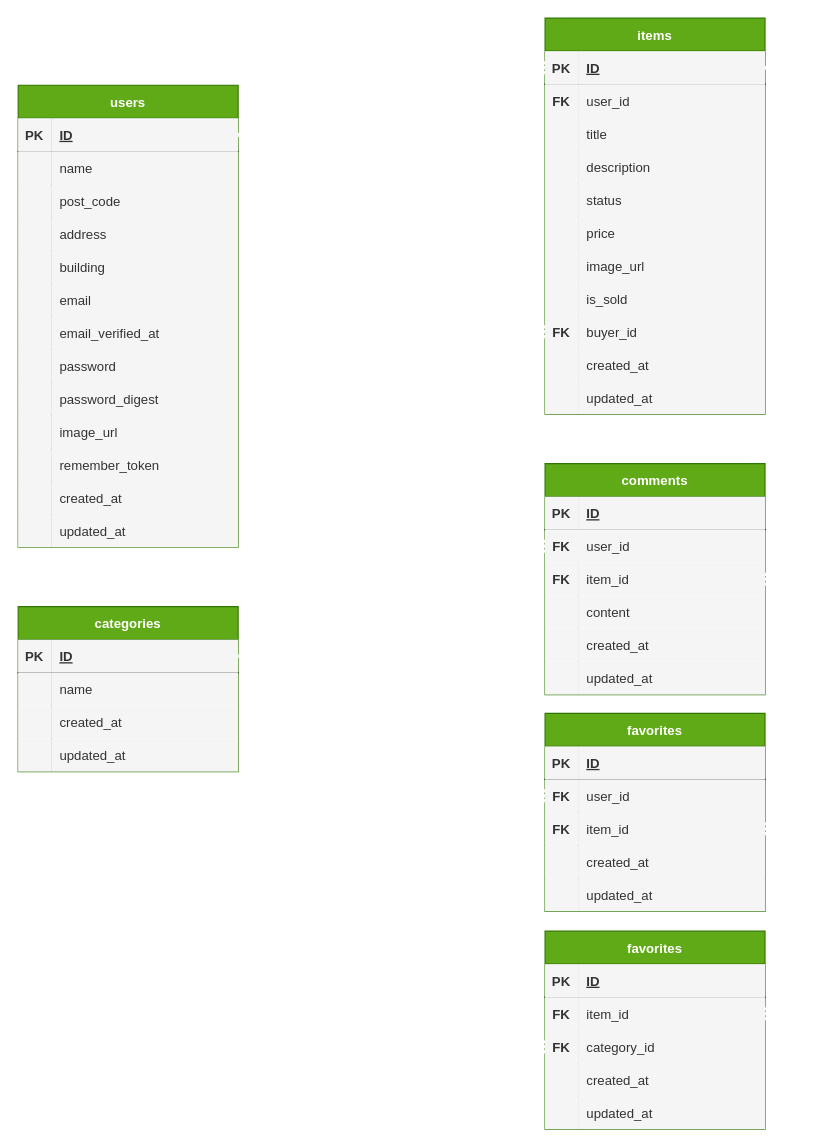
The draw.io diagram docs/diagrams/flea-market.dio in teruma-nanami/flea-market, before the edit. Source tidied: cells renumbered, new cells numbered last; positions are measured from the earlier drawing's top-left corner, leaving out a move shared by most shapes. Both pictures are drawn from the tidied source at 110%, with x=0, y=0 at pixel (18, 18).
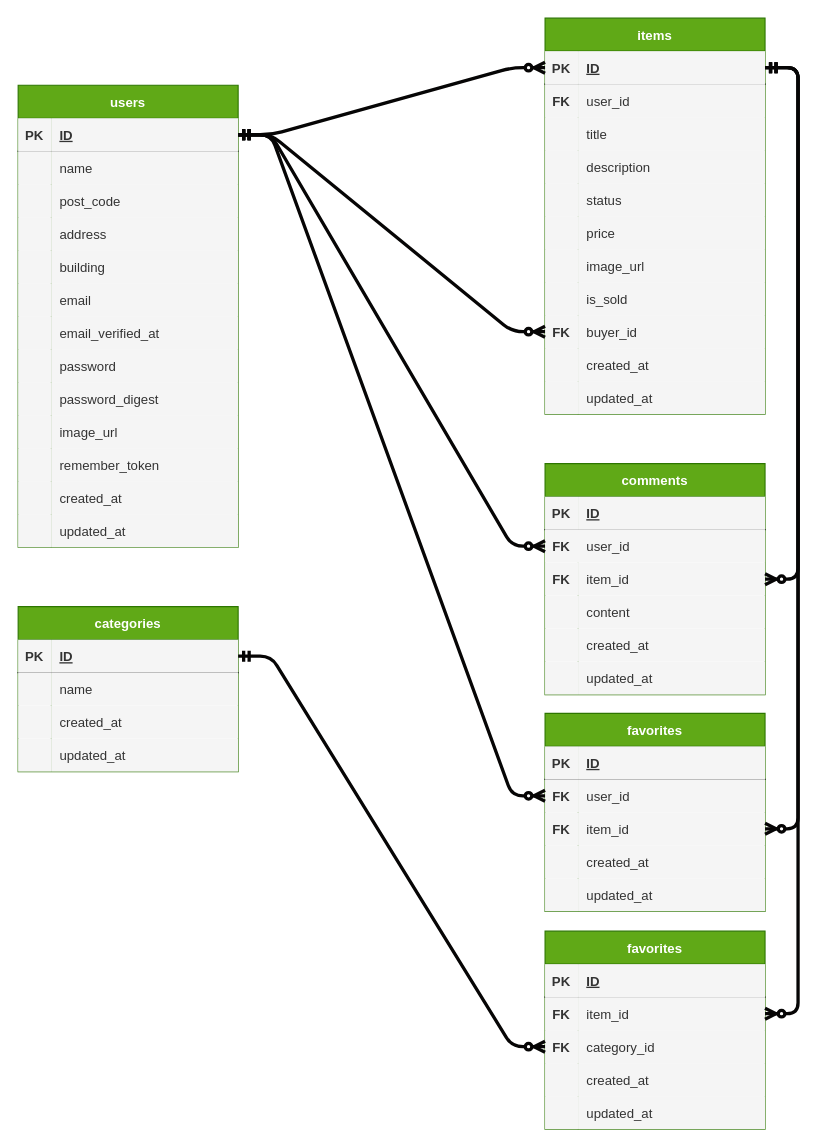
The same diagram, later.

Unchanged cells that the change refers to:
```xml
<mxCell id="3" style="shape=tableRow;horizontal=0;startSize=0;swimlaneHead=0;swimlaneBody=0;fillColor=none;points=[[0,0.5],[1,0.5]];portConstraint=eastwest;top=0;left=0;right=0;bottom=1;" parent="2" vertex="1">
  <mxGeometry y="30" width="200" height="30" as="geometry" />
</mxCell>
<mxCell id="43" style="shape=tableRow;horizontal=0;startSize=0;swimlaneHead=0;swimlaneBody=0;fillColor=none;points=[[0,0.5],[1,0.5]];portConstraint=eastwest;top=0;left=0;right=0;bottom=1;" parent="42" vertex="1">
  <mxGeometry y="30" width="200" height="30" as="geometry" />
</mxCell>
<mxCell id="67" style="shape=tableRow;horizontal=0;startSize=0;swimlaneHead=0;swimlaneBody=0;fillColor=none;points=[[0,0.5],[1,0.5]];portConstraint=eastwest;top=0;left=0;right=0;bottom=0;" parent="42" vertex="1">
  <mxGeometry y="270" width="200" height="30" as="geometry" />
</mxCell>
<mxCell id="80" style="shape=tableRow;horizontal=0;startSize=0;swimlaneHead=0;swimlaneBody=0;fillColor=default;points=[[0,0.5],[1,0.5]];portConstraint=eastwest;top=0;left=0;right=0;bottom=0;" parent="76" vertex="1">
  <mxGeometry y="60" width="200" height="30" as="geometry" />
</mxCell>
<mxCell id="83" style="shape=tableRow;horizontal=0;startSize=0;swimlaneHead=0;swimlaneBody=0;fillColor=none;points=[[0,0.5],[1,0.5]];portConstraint=eastwest;top=0;left=0;right=0;bottom=0;" parent="76" vertex="1">
  <mxGeometry y="90" width="200" height="30" as="geometry" />
</mxCell>
<mxCell id="96" style="shape=tableRow;horizontal=0;startSize=0;swimlaneHead=0;swimlaneBody=0;fillColor=none;points=[[0,0.5],[1,0.5]];portConstraint=eastwest;top=0;left=0;right=0;bottom=1;" parent="95" vertex="1">
  <mxGeometry y="30" width="200" height="30" as="geometry" />
</mxCell>
<mxCell id="112" style="shape=tableRow;horizontal=0;startSize=0;swimlaneHead=0;swimlaneBody=0;fillColor=none;points=[[0,0.5],[1,0.5]];portConstraint=eastwest;top=0;left=0;right=0;bottom=0;" parent="108" vertex="1">
  <mxGeometry y="60" width="200" height="30" as="geometry" />
</mxCell>
<mxCell id="115" style="shape=tableRow;horizontal=0;startSize=0;swimlaneHead=0;swimlaneBody=0;fillColor=none;points=[[0,0.5],[1,0.5]];portConstraint=eastwest;top=0;left=0;right=0;bottom=0;" parent="108" vertex="1">
  <mxGeometry y="90" width="200" height="30" as="geometry" />
</mxCell>
<mxCell id="134" style="shape=tableRow;horizontal=0;startSize=0;swimlaneHead=0;swimlaneBody=0;fillColor=none;points=[[0,0.5],[1,0.5]];portConstraint=eastwest;top=0;left=0;right=0;bottom=0;" parent="130" vertex="1">
  <mxGeometry y="60" width="200" height="30" as="geometry" />
</mxCell>
<mxCell id="137" style="shape=tableRow;horizontal=0;startSize=0;swimlaneHead=0;swimlaneBody=0;fillColor=none;points=[[0,0.5],[1,0.5]];portConstraint=eastwest;top=0;left=0;right=0;bottom=0;" parent="130" vertex="1">
  <mxGeometry y="90" width="200" height="30" as="geometry" />
</mxCell>
```

Change to the diagram source:
```diff
@@
-    <mxCell id="124" style="edgeStyle=entityRelationEdgeStyle;fontSize=12;html=1;endArrow=ERzeroToMany;startArrow=ERmandOne;exitX=1;exitY=0.5;exitDx=0;exitDy=0;strokeWidth=3;strokeColor=#FFFFFF;" parent="1" edge="1" source="3" target="67">
+    <mxCell id="124" style="edgeStyle=entityRelationEdgeStyle;fontSize=12;html=1;endArrow=ERzeroToMany;startArrow=ERmandOne;exitX=1;exitY=0.5;exitDx=0;exitDy=0;strokeWidth=3;strokeColor=#060505;" parent="1" edge="1" source="3" target="67">
       <mxGeometry relative="1" as="geometry" />
     </mxCell>
-    <mxCell id="125" style="edgeStyle=entityRelationEdgeStyle;fontSize=12;html=1;endArrow=ERzeroToMany;startArrow=ERmandOne;exitX=1;exitY=0.5;exitDx=0;exitDy=0;entryX=0;entryY=0.5;entryDx=0;entryDy=0;strokeWidth=3;strokeColor=#FFFFFF;" parent="1" edge="1" source="3" target="80">
+    <mxCell id="125" style="edgeStyle=entityRelationEdgeStyle;fontSize=12;html=1;endArrow=ERzeroToMany;startArrow=ERmandOne;exitX=1;exitY=0.5;exitDx=0;exitDy=0;entryX=0;entryY=0.5;entryDx=0;entryDy=0;strokeWidth=3;strokeColor=#060505;" parent="1" edge="1" source="3" target="80">
       <mxGeometry relative="1" as="geometry" />
     </mxCell>
-    <mxCell id="126" style="edgeStyle=entityRelationEdgeStyle;fontSize=12;html=1;endArrow=ERzeroToMany;startArrow=ERmandOne;exitX=1;exitY=0.5;exitDx=0;exitDy=0;strokeWidth=3;strokeColor=#FFFFFF;" parent="1" edge="1" source="43" target="115">
+    <mxCell id="126" style="edgeStyle=entityRelationEdgeStyle;fontSize=12;html=1;endArrow=ERzeroToMany;startArrow=ERmandOne;exitX=1;exitY=0.5;exitDx=0;exitDy=0;strokeWidth=3;strokeColor=#060505;" parent="1" edge="1" source="43" target="115">
       <mxGeometry relative="1" as="geometry" />
     </mxCell>
-    <mxCell id="127" style="edgeStyle=entityRelationEdgeStyle;fontSize=12;html=1;endArrow=ERzeroToMany;startArrow=ERmandOne;exitX=1;exitY=0.5;exitDx=0;exitDy=0;strokeWidth=3;strokeColor=#FFFFFF;" parent="1" edge="1" source="43" target="83">
+    <mxCell id="127" style="edgeStyle=entityRelationEdgeStyle;fontSize=12;html=1;endArrow=ERzeroToMany;startArrow=ERmandOne;exitX=1;exitY=0.5;exitDx=0;exitDy=0;strokeWidth=3;strokeColor=#060505;" parent="1" edge="1" source="43" target="83">
       <mxGeometry relative="1" as="geometry" />
     </mxCell>
-    <mxCell id="128" style="edgeStyle=entityRelationEdgeStyle;fontSize=12;html=1;endArrow=ERzeroToMany;startArrow=ERmandOne;entryX=0;entryY=0.5;entryDx=0;entryDy=0;exitX=1;exitY=0.5;exitDx=0;exitDy=0;strokeWidth=3;strokeColor=#FFFFFF;" parent="1" edge="1" source="3" target="43">
+    <mxCell id="128" style="edgeStyle=entityRelationEdgeStyle;fontSize=12;html=1;endArrow=ERzeroToMany;startArrow=ERmandOne;entryX=0;entryY=0.5;entryDx=0;entryDy=0;exitX=1;exitY=0.5;exitDx=0;exitDy=0;strokeWidth=3;strokeColor=#060505;" parent="1" edge="1" source="3" target="43">
       <mxGeometry relative="1" as="geometry" />
     </mxCell>
-    <mxCell id="129" style="edgeStyle=entityRelationEdgeStyle;fontSize=12;html=1;endArrow=ERzeroToMany;startArrow=ERmandOne;exitX=1;exitY=0.5;exitDx=0;exitDy=0;entryX=0;entryY=0.5;entryDx=0;entryDy=0;strokeWidth=3;strokeColor=#FFFFFF;" parent="1" edge="1" source="3" target="112">
+    <mxCell id="129" style="edgeStyle=entityRelationEdgeStyle;fontSize=12;html=1;endArrow=ERzeroToMany;startArrow=ERmandOne;exitX=1;exitY=0.5;exitDx=0;exitDy=0;entryX=0;entryY=0.5;entryDx=0;entryDy=0;strokeWidth=3;strokeColor=#060505;" parent="1" edge="1" source="3" target="112">
       <mxGeometry relative="1" as="geometry" />
     </mxCell>
@@
-    <mxCell id="146" style="edgeStyle=entityRelationEdgeStyle;fontSize=12;html=1;endArrow=ERzeroToMany;startArrow=ERmandOne;exitX=1;exitY=0.5;exitDx=0;exitDy=0;entryX=1;entryY=0.5;entryDx=0;entryDy=0;strokeWidth=3;strokeColor=#FFFFFF;" parent="1" edge="1" source="43" target="134">
+    <mxCell id="146" style="edgeStyle=entityRelationEdgeStyle;fontSize=12;html=1;endArrow=ERzeroToMany;startArrow=ERmandOne;exitX=1;exitY=0.5;exitDx=0;exitDy=0;entryX=1;entryY=0.5;entryDx=0;entryDy=0;strokeWidth=3;strokeColor=#060505;" parent="1" edge="1" source="43" target="134">
       <mxGeometry relative="1" as="geometry" />
     </mxCell>
-    <mxCell id="147" style="edgeStyle=entityRelationEdgeStyle;fontSize=12;html=1;endArrow=ERzeroToMany;startArrow=ERmandOne;exitX=1;exitY=0.5;exitDx=0;exitDy=0;entryX=0;entryY=0.5;entryDx=0;entryDy=0;strokeWidth=3;strokeColor=#FFFFFF;" parent="1" edge="1" source="96" target="137">
+    <mxCell id="147" style="edgeStyle=entityRelationEdgeStyle;fontSize=12;html=1;endArrow=ERzeroToMany;startArrow=ERmandOne;exitX=1;exitY=0.5;exitDx=0;exitDy=0;entryX=0;entryY=0.5;entryDx=0;entryDy=0;strokeWidth=3;strokeColor=#060505;" parent="1" edge="1" source="96" target="137">
       <mxGeometry relative="1" as="geometry" />
     </mxCell>
```
